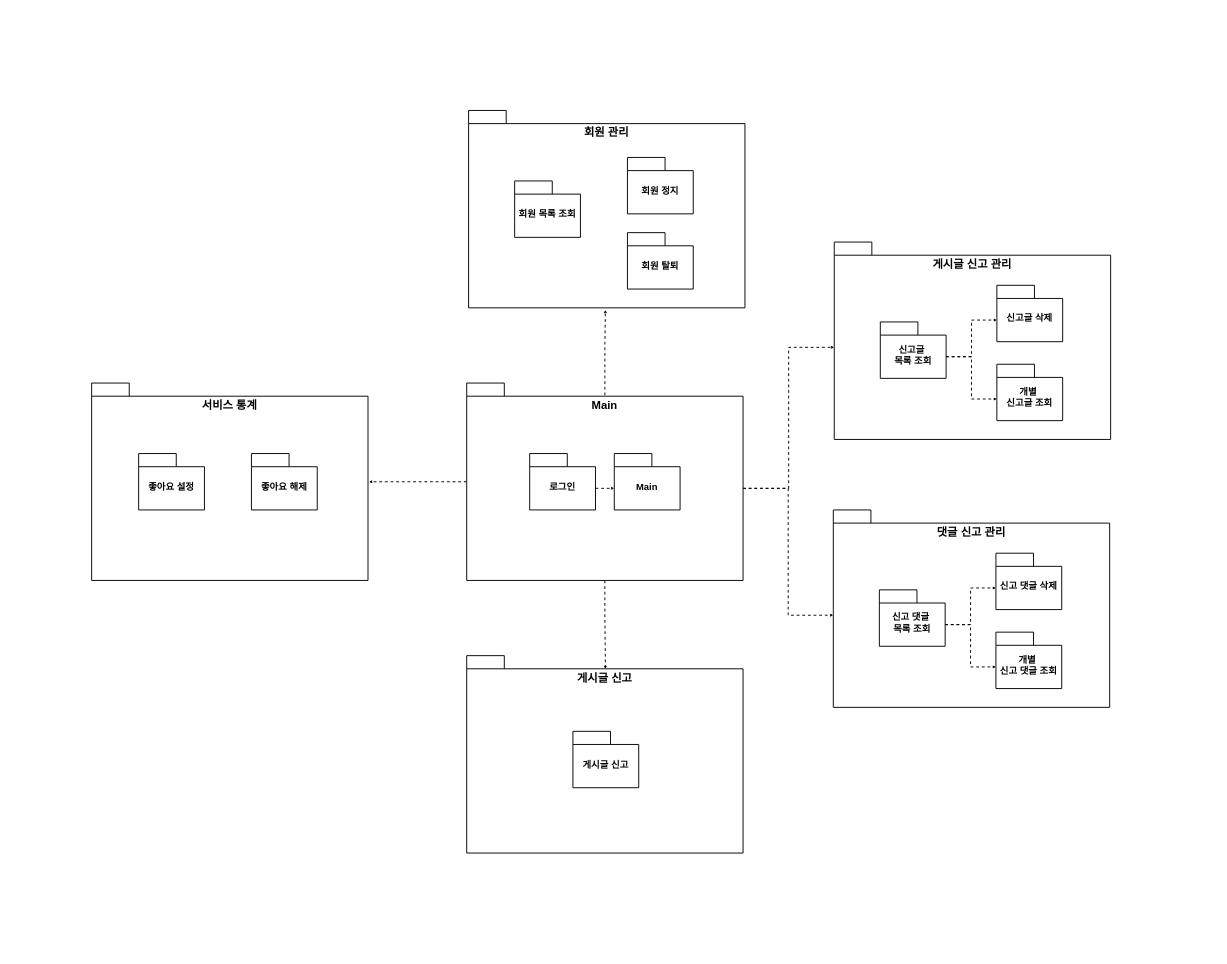
Above: sloweat_package_structure(admin).drawio in his8457/diagram (draw.io), before the change. Source tidied: cells renumbered, new cells numbered last; positions are measured from the earlier drawing's top-left corner, leaving out a move shared by most shapes. Both pictures are drawn from the tidied source at 94%, with x=0, y=0 at pixel (91, 110).
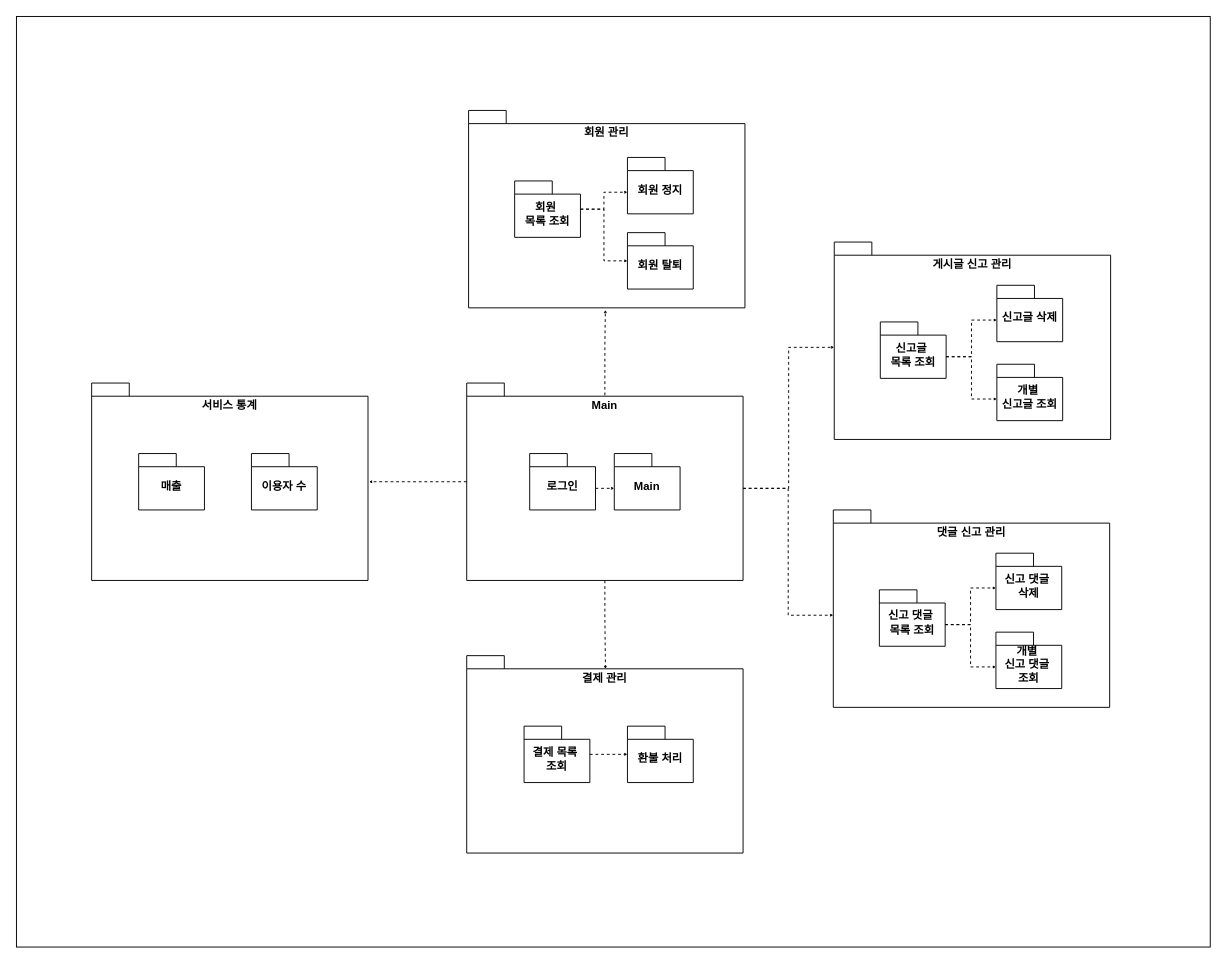
The same page after the edit.

What changed in the source:
```diff
@@
+    <mxCell id="32" style="rounded=0;whiteSpace=wrap;html=1;fillColor=light-dark(#FFFFFF,#FFFFFF);" parent="1" vertex="1">
+      <mxGeometry x="-80" y="-100" width="1270" height="990" as="geometry" />
+    </mxCell>
-    <mxCell id="2" value="게시글 신고 관리" style="shape=folder;fontStyle=1;spacingTop=10;tabWidth=40;tabHeight=14;tabPosition=left;html=1;whiteSpace=wrap;verticalAlign=top;" parent="1" vertex="1">
+    <mxCell id="2" value="게시글 신고 관리" style="shape=folder;fontStyle=1;spacingTop=10;tabWidth=40;tabHeight=14;tabPosition=left;html=1;whiteSpace=wrap;verticalAlign=top;strokeColor=light-dark(#000000,#000000);align=center;fontFamily=Helvetica;fontSize=12;fontColor=light-dark(#000000,#000000);fillColor=none;" parent="1" vertex="1">
       <mxGeometry x="790" y="140" width="294" height="210" as="geometry" />
     </mxCell>
-    <mxCell id="3" value="신고글&amp;nbsp;&lt;div&gt;목록 조회&lt;/div&gt;" style="shape=folder;fontStyle=1;spacingTop=10;tabWidth=40;tabHeight=14;tabPosition=left;html=1;whiteSpace=wrap;verticalAlign=middle;fontSize=10;" parent="1" vertex="1">
+    <mxCell id="3" value="신고글&amp;nbsp;&lt;div&gt;목록 조회&lt;/div&gt;" style="shape=folder;fontStyle=1;spacingTop=10;tabWidth=40;tabHeight=14;tabPosition=left;html=1;whiteSpace=wrap;verticalAlign=middle;fontSize=12;strokeColor=light-dark(#000000,#000000);align=center;fontFamily=Helvetica;fontColor=light-dark(#000000,#000000);fillColor=none;" parent="1" vertex="1">
       <mxGeometry x="839" y="225" width="70" height="60" as="geometry" />
     </mxCell>
-    <mxCell id="4" value="신고글 삭제" style="shape=folder;fontStyle=1;spacingTop=10;tabWidth=40;tabHeight=14;tabPosition=left;html=1;whiteSpace=wrap;verticalAlign=middle;fontSize=10;" parent="1" vertex="1">
+    <mxCell id="4" value="신고글 삭제" style="shape=folder;fontStyle=1;spacingTop=10;tabWidth=40;tabHeight=14;tabPosition=left;html=1;whiteSpace=wrap;verticalAlign=middle;fontSize=12;strokeColor=light-dark(#000000,#000000);align=center;fontFamily=Helvetica;fontColor=light-dark(#000000,#000000);fillColor=none;" parent="1" vertex="1">
       <mxGeometry x="963" y="186" width="70" height="60" as="geometry" />
     </mxCell>
-    <mxCell id="5" value="개별&amp;nbsp;&lt;div&gt;신고글&amp;nbsp;&lt;span style=&quot;background-color: transparent; color: light-dark(rgb(0, 0, 0), rgb(255, 255, 255));&quot;&gt;조회&lt;/span&gt;&lt;/div&gt;" style="shape=folder;fontStyle=1;spacingTop=10;tabWidth=40;tabHeight=14;tabPosition=left;html=1;whiteSpace=wrap;verticalAlign=middle;fontSize=10;" parent="1" vertex="1">
+    <mxCell id="5" value="&lt;font style=&quot;color: light-dark(rgb(0, 0, 0), rgb(0, 0, 0));&quot;&gt;개별&amp;nbsp;&lt;/font&gt;&lt;div&gt;&lt;font style=&quot;color: light-dark(rgb(0, 0, 0), rgb(0, 0, 0));&quot;&gt;신고글&amp;nbsp;&lt;span style=&quot;background-color: transparent;&quot;&gt;조회&lt;/span&gt;&lt;/font&gt;&lt;/div&gt;" style="shape=folder;fontStyle=1;spacingTop=10;tabWidth=40;tabHeight=14;tabPosition=left;html=1;whiteSpace=wrap;verticalAlign=middle;fontSize=12;strokeColor=light-dark(#000000,#000000);align=center;fontFamily=Helvetica;fontColor=light-dark(#000000,#000000);fillColor=none;" parent="1" vertex="1">
       <mxGeometry x="963" y="270" width="70" height="60" as="geometry" />
     </mxCell>
-    <mxCell id="6" style="edgeStyle=orthogonalEdgeStyle;rounded=0;jettySize=auto;html=1;exitX=0;exitY=0;exitDx=70;exitDy=37;exitPerimeter=0;entryX=0;entryY=0;entryDx=0;entryDy=37;entryPerimeter=0;dashed=1;startSize=1;endSize=1;" parent="1" edge="1" source="3" target="4">
+    <mxCell id="6" style="edgeStyle=orthogonalEdgeStyle;rounded=0;jettySize=auto;html=1;exitX=0;exitY=0;exitDx=70;exitDy=37;exitPerimeter=0;entryX=0;entryY=0;entryDx=0;entryDy=37;entryPerimeter=0;dashed=1;startSize=1;endSize=1;strokeColor=light-dark(#000000,#000000);" parent="1" edge="1" source="3" target="4">
       <mxGeometry relative="1" as="geometry" />
     </mxCell>
-    <mxCell id="7" style="edgeStyle=orthogonalEdgeStyle;rounded=0;jettySize=auto;html=1;exitX=0;exitY=0;exitDx=70;exitDy=37;exitPerimeter=0;entryX=0;entryY=0;entryDx=0;entryDy=37;entryPerimeter=0;dashed=1;startSize=1;endSize=1;" parent="1" edge="1" source="3" target="5">
+    <mxCell id="7" style="edgeStyle=orthogonalEdgeStyle;rounded=0;jettySize=auto;html=1;exitX=0;exitY=0;exitDx=70;exitDy=37;exitPerimeter=0;entryX=0;entryY=0;entryDx=0;entryDy=37;entryPerimeter=0;dashed=1;startSize=1;endSize=1;strokeColor=light-dark(#000000,#000000);" parent="1" edge="1" source="3" target="5">
       <mxGeometry relative="1" as="geometry" />
     </mxCell>
-    <mxCell id="8" style="edgeStyle=orthogonalEdgeStyle;rounded=0;jettySize=auto;html=1;exitX=0.5;exitY=1;exitDx=0;exitDy=0;exitPerimeter=0;entryX=0.502;entryY=0.068;entryDx=0;entryDy=0;entryPerimeter=0;dashed=1;strokeColor=default;align=center;verticalAlign=middle;fontFamily=Helvetica;fontSize=11;fontColor=default;labelBackgroundColor=default;startSize=1;endArrow=classic;endSize=1;" parent="1" edge="1" source="9" target="15">
+    <mxCell id="8" style="edgeStyle=orthogonalEdgeStyle;rounded=0;jettySize=auto;html=1;exitX=0.5;exitY=1;exitDx=0;exitDy=0;exitPerimeter=0;entryX=0.502;entryY=0.068;entryDx=0;entryDy=0;entryPerimeter=0;dashed=1;strokeColor=light-dark(#000000,#000000);align=center;verticalAlign=middle;fontFamily=Helvetica;fontSize=11;fontColor=default;labelBackgroundColor=default;startSize=1;endArrow=classic;endSize=1;" parent="1" edge="1" source="9" target="15">
       <mxGeometry relative="1" as="geometry" />
     </mxCell>
-    <mxCell id="9" value="Main" style="shape=folder;fontStyle=1;spacingTop=10;tabWidth=40;tabHeight=14;tabPosition=left;html=1;whiteSpace=wrap;verticalAlign=top;" parent="1" vertex="1">
+    <mxCell id="9" value="Main" style="shape=folder;fontStyle=1;spacingTop=10;tabWidth=40;tabHeight=14;tabPosition=left;html=1;whiteSpace=wrap;verticalAlign=top;strokeColor=light-dark(#000000,#000000);align=center;fontFamily=Helvetica;fontSize=12;fontColor=light-dark(#000000,#000000);fillColor=none;" parent="1" vertex="1">
       <mxGeometry x="399" y="290" width="294" height="210" as="geometry" />
     </mxCell>
-    <mxCell id="10" value="로그인" style="shape=folder;fontStyle=1;spacingTop=10;tabWidth=40;tabHeight=14;tabPosition=left;html=1;whiteSpace=wrap;verticalAlign=middle;fontSize=10;" parent="1" vertex="1">
+    <mxCell id="10" value="로그인" style="shape=folder;fontStyle=1;spacingTop=10;tabWidth=40;tabHeight=14;tabPosition=left;html=1;whiteSpace=wrap;verticalAlign=middle;fontSize=12;strokeColor=light-dark(#000000,#000000);align=center;fontFamily=Helvetica;fontColor=light-dark(#000000,#000000);fillColor=none;" parent="1" vertex="1">
       <mxGeometry x="466" y="365" width="70" height="60" as="geometry" />
     </mxCell>
-    <mxCell id="11" value="Main" style="shape=folder;fontStyle=1;spacingTop=10;tabWidth=40;tabHeight=14;tabPosition=left;html=1;whiteSpace=wrap;verticalAlign=middle;fontSize=10;" parent="1" vertex="1">
+    <mxCell id="11" value="Main" style="shape=folder;fontStyle=1;spacingTop=10;tabWidth=40;tabHeight=14;tabPosition=left;html=1;whiteSpace=wrap;verticalAlign=middle;fontSize=12;strokeColor=light-dark(#000000,#000000);align=center;fontFamily=Helvetica;fontColor=light-dark(#000000,#000000);fillColor=none;" parent="1" vertex="1">
       <mxGeometry x="556" y="365" width="70" height="60" as="geometry" />
     </mxCell>
-    <mxCell id="12" style="edgeStyle=orthogonalEdgeStyle;rounded=0;jettySize=auto;html=1;exitX=0;exitY=0;exitDx=70;exitDy=37;exitPerimeter=0;entryX=0;entryY=0;entryDx=0;entryDy=37;entryPerimeter=0;dashed=1;startSize=1;endSize=1;" parent="1" edge="1" source="10" target="11">
+    <mxCell id="12" style="edgeStyle=orthogonalEdgeStyle;rounded=0;jettySize=auto;html=1;exitX=0;exitY=0;exitDx=70;exitDy=37;exitPerimeter=0;entryX=0;entryY=0;entryDx=0;entryDy=37;entryPerimeter=0;dashed=1;startSize=1;endSize=1;strokeColor=light-dark(#000000,#000000);" parent="1" edge="1" source="10" target="11">
       <mxGeometry relative="1" as="geometry" />
     </mxCell>
-    <mxCell id="13" value="회원 관리" style="shape=folder;fontStyle=1;spacingTop=10;tabWidth=40;tabHeight=14;tabPosition=left;html=1;whiteSpace=wrap;verticalAlign=top;" parent="1" vertex="1">
+    <mxCell id="13" value="회원 관리" style="shape=folder;fontStyle=1;spacingTop=10;tabWidth=40;tabHeight=14;tabPosition=left;html=1;whiteSpace=wrap;verticalAlign=top;strokeColor=light-dark(#000000,#000000);fillColor=none;fontColor=light-dark(#000000,#000000);" parent="1" vertex="1">
       <mxGeometry x="401" width="294" height="210" as="geometry" />
     </mxCell>
+    <mxCell id="33" style="edgeStyle=orthogonalEdgeStyle;shape=connector;rounded=0;jettySize=auto;html=1;dashed=1;strokeColor=light-dark(#000000,#000000);align=center;verticalAlign=middle;fontFamily=Helvetica;fontSize=11;fontColor=default;labelBackgroundColor=default;startSize=1;endArrow=classic;endSize=1;" parent="1" edge="1" source="14" target="21">
+      <mxGeometry relative="1" as="geometry" />
+    </mxCell>
-    <mxCell id="14" value="회원 목록 조회" style="shape=folder;fontStyle=1;spacingTop=10;tabWidth=40;tabHeight=14;tabPosition=left;html=1;whiteSpace=wrap;verticalAlign=middle;fontSize=10;" parent="1" vertex="1">
+    <mxCell id="14" value="회원&amp;nbsp;&lt;div&gt;목록 조회&lt;/div&gt;" style="shape=folder;fontStyle=1;spacingTop=10;tabWidth=40;tabHeight=14;tabPosition=left;html=1;whiteSpace=wrap;verticalAlign=middle;fontSize=12;strokeColor=light-dark(#000000,#000000);align=center;fontFamily=Helvetica;fontColor=light-dark(#000000,#000000);fillColor=none;" parent="1" vertex="1">
       <mxGeometry x="450" y="75" width="70" height="60" as="geometry" />
     </mxCell>
-    <mxCell id="15" value="게시글 신고" style="shape=folder;fontStyle=1;spacingTop=10;tabWidth=40;tabHeight=14;tabPosition=left;html=1;whiteSpace=wrap;verticalAlign=top;" parent="1" vertex="1">
+    <mxCell id="15" value="결제 관리" style="shape=folder;fontStyle=1;spacingTop=10;tabWidth=40;tabHeight=14;tabPosition=left;html=1;whiteSpace=wrap;verticalAlign=top;strokeColor=light-dark(#000000,#000000);align=center;fontFamily=Helvetica;fontSize=12;fontColor=light-dark(#000000,#000000);fillColor=none;" parent="1" vertex="1">
       <mxGeometry x="399" y="580" width="294" height="210" as="geometry" />
     </mxCell>
+    <mxCell id="34" style="edgeStyle=orthogonalEdgeStyle;shape=connector;rounded=0;jettySize=auto;html=1;dashed=1;strokeColor=light-dark(#000000,#000000);align=center;verticalAlign=middle;fontFamily=Helvetica;fontSize=11;fontColor=default;labelBackgroundColor=default;startSize=1;endArrow=classic;endSize=1;" parent="1" edge="1" source="16" target="36">
+      <mxGeometry relative="1" as="geometry" />
+    </mxCell>
-    <mxCell id="16" value="게시글 신고" style="shape=folder;fontStyle=1;spacingTop=10;tabWidth=40;tabHeight=14;tabPosition=left;html=1;whiteSpace=wrap;verticalAlign=middle;fontSize=10;" parent="1" vertex="1">
-      <mxGeometry x="512" y="660.5" width="70" height="60" as="geometry" />
+    <mxCell id="16" value="결제 목록&amp;nbsp;&lt;div&gt;조회&lt;/div&gt;" style="shape=folder;fontStyle=1;spacingTop=10;tabWidth=40;tabHeight=14;tabPosition=left;html=1;whiteSpace=wrap;verticalAlign=middle;fontSize=12;strokeColor=light-dark(#000000,#000000);align=center;fontFamily=Helvetica;fontColor=light-dark(#000000,#000000);fillColor=none;" parent="1" vertex="1">
+      <mxGeometry x="460" y="655" width="70" height="60" as="geometry" />
     </mxCell>
-    <mxCell id="17" value="서비스 통계" style="shape=folder;fontStyle=1;spacingTop=10;tabWidth=40;tabHeight=14;tabPosition=left;html=1;whiteSpace=wrap;verticalAlign=top;" parent="1" vertex="1">
+    <mxCell id="17" value="서비스 통계" style="shape=folder;fontStyle=1;spacingTop=10;tabWidth=40;tabHeight=14;tabPosition=left;html=1;whiteSpace=wrap;verticalAlign=top;strokeColor=light-dark(#000000,#000000);align=center;fontFamily=Helvetica;fontSize=12;fontColor=light-dark(#000000,#000000);fillColor=none;" parent="1" vertex="1">
       <mxGeometry y="290" width="294" height="210" as="geometry" />
     </mxCell>
-    <mxCell id="18" value="좋아요 설정" style="shape=folder;fontStyle=1;spacingTop=10;tabWidth=40;tabHeight=14;tabPosition=left;html=1;whiteSpace=wrap;verticalAlign=middle;fontSize=10;" parent="1" vertex="1">
+    <mxCell id="18" value="매출" style="shape=folder;fontStyle=1;spacingTop=10;tabWidth=40;tabHeight=14;tabPosition=left;html=1;whiteSpace=wrap;verticalAlign=middle;fontSize=12;strokeColor=light-dark(#000000,#000000);align=center;fontFamily=Helvetica;fontColor=light-dark(#000000,#000000);fillColor=none;" parent="1" vertex="1">
       <mxGeometry x="50" y="365" width="70" height="60" as="geometry" />
     </mxCell>
-    <mxCell id="19" value="좋아요 해제" style="shape=folder;fontStyle=1;spacingTop=10;tabWidth=40;tabHeight=14;tabPosition=left;html=1;whiteSpace=wrap;verticalAlign=middle;fontSize=10;" parent="1" vertex="1">
+    <mxCell id="19" value="이용자 수" style="shape=folder;fontStyle=1;spacingTop=10;tabWidth=40;tabHeight=14;tabPosition=left;html=1;whiteSpace=wrap;verticalAlign=middle;fontSize=12;strokeColor=light-dark(#000000,#000000);align=center;fontFamily=Helvetica;fontColor=light-dark(#000000,#000000);fillColor=none;" parent="1" vertex="1">
       <mxGeometry x="170" y="365" width="70" height="60" as="geometry" />
     </mxCell>
-    <mxCell id="20" value="회원 정지" style="shape=folder;fontStyle=1;spacingTop=10;tabWidth=40;tabHeight=14;tabPosition=left;html=1;whiteSpace=wrap;verticalAlign=middle;fontSize=10;" parent="1" vertex="1">
+    <mxCell id="20" value="회원 정지" style="shape=folder;fontStyle=1;spacingTop=10;tabWidth=40;tabHeight=14;tabPosition=left;html=1;whiteSpace=wrap;verticalAlign=middle;fontSize=12;strokeColor=light-dark(#000000,#000000);align=center;fontFamily=Helvetica;fontColor=light-dark(#000000,#000000);fillColor=none;" parent="1" vertex="1">
       <mxGeometry x="570" y="50" width="70" height="60" as="geometry" />
     </mxCell>
-    <mxCell id="21" value="회원 탈퇴" style="shape=folder;fontStyle=1;spacingTop=10;tabWidth=40;tabHeight=14;tabPosition=left;html=1;whiteSpace=wrap;verticalAlign=middle;fontSize=10;" parent="1" vertex="1">
+    <mxCell id="21" value="회원 탈퇴" style="shape=folder;fontStyle=1;spacingTop=10;tabWidth=40;tabHeight=14;tabPosition=left;html=1;whiteSpace=wrap;verticalAlign=middle;fontSize=12;strokeColor=light-dark(#000000,#000000);align=center;fontFamily=Helvetica;fontColor=light-dark(#000000,#000000);fillColor=none;" parent="1" vertex="1">
       <mxGeometry x="570" y="130" width="70" height="60" as="geometry" />
     </mxCell>
-    <mxCell id="22" value="댓글 신고 관리" style="shape=folder;fontStyle=1;spacingTop=10;tabWidth=40;tabHeight=14;tabPosition=left;html=1;whiteSpace=wrap;verticalAlign=top;" parent="1" vertex="1">
+    <mxCell id="22" value="댓글 신고 관리" style="shape=folder;fontStyle=1;spacingTop=10;tabWidth=40;tabHeight=14;tabPosition=left;html=1;whiteSpace=wrap;verticalAlign=top;strokeColor=light-dark(#000000,#000000);align=center;fontFamily=Helvetica;fontSize=12;fontColor=light-dark(#000000,#000000);fillColor=none;" parent="1" vertex="1">
       <mxGeometry x="789" y="425" width="294" height="210" as="geometry" />
     </mxCell>
-    <mxCell id="23" value="신고 댓글&amp;nbsp;&lt;div&gt;목록 조회&lt;/div&gt;" style="shape=folder;fontStyle=1;spacingTop=10;tabWidth=40;tabHeight=14;tabPosition=left;html=1;whiteSpace=wrap;verticalAlign=middle;fontSize=10;" parent="1" vertex="1">
+    <mxCell id="23" value="신고 댓글&amp;nbsp;&lt;div&gt;목록 조회&lt;/div&gt;" style="shape=folder;fontStyle=1;spacingTop=10;tabWidth=40;tabHeight=14;tabPosition=left;html=1;whiteSpace=wrap;verticalAlign=middle;fontSize=12;strokeColor=light-dark(#000000,#000000);align=center;fontFamily=Helvetica;fontColor=light-dark(#000000,#000000);fillColor=none;" parent="1" vertex="1">
       <mxGeometry x="838" y="510" width="70" height="60" as="geometry" />
     </mxCell>
-    <mxCell id="24" value="신고 댓글 삭제" style="shape=folder;fontStyle=1;spacingTop=10;tabWidth=40;tabHeight=14;tabPosition=left;html=1;whiteSpace=wrap;verticalAlign=middle;fontSize=10;" parent="1" vertex="1">
+    <mxCell id="24" value="신고 댓글&amp;nbsp;&lt;div&gt;삭제&lt;/div&gt;" style="shape=folder;fontStyle=1;spacingTop=10;tabWidth=40;tabHeight=14;tabPosition=left;html=1;whiteSpace=wrap;verticalAlign=middle;fontSize=12;strokeColor=light-dark(#000000,#000000);align=center;fontFamily=Helvetica;fontColor=light-dark(#000000,#000000);fillColor=none;" parent="1" vertex="1">
       <mxGeometry x="962" y="471" width="70" height="60" as="geometry" />
     </mxCell>
-    <mxCell id="25" value="개별&amp;nbsp;&lt;div&gt;신고 댓글&amp;nbsp;&lt;span style=&quot;background-color: transparent; color: light-dark(rgb(0, 0, 0), rgb(255, 255, 255));&quot;&gt;조회&lt;/span&gt;&lt;/div&gt;" style="shape=folder;fontStyle=1;spacingTop=10;tabWidth=40;tabHeight=14;tabPosition=left;html=1;whiteSpace=wrap;verticalAlign=middle;fontSize=10;" parent="1" vertex="1">
+    <mxCell id="25" value="개별&amp;nbsp;&lt;div&gt;신고 댓글&amp;nbsp;&lt;/div&gt;&lt;div&gt;&lt;span style=&quot;background-color: transparent;&quot;&gt;조회&lt;/span&gt;&lt;/div&gt;" style="shape=folder;fontStyle=1;spacingTop=10;tabWidth=40;tabHeight=14;tabPosition=left;html=1;whiteSpace=wrap;verticalAlign=middle;fontSize=12;strokeColor=light-dark(#000000,#000000);align=center;fontFamily=Helvetica;fontColor=light-dark(#000000,#000000);fillColor=none;" parent="1" vertex="1">
       <mxGeometry x="962" y="555" width="70" height="60" as="geometry" />
     </mxCell>
-    <mxCell id="26" style="edgeStyle=orthogonalEdgeStyle;rounded=0;jettySize=auto;html=1;exitX=0;exitY=0;exitDx=70;exitDy=37;exitPerimeter=0;entryX=0;entryY=0;entryDx=0;entryDy=37;entryPerimeter=0;dashed=1;startSize=1;endSize=1;" parent="1" edge="1" source="23" target="24">
+    <mxCell id="26" style="edgeStyle=orthogonalEdgeStyle;rounded=0;jettySize=auto;html=1;exitX=0;exitY=0;exitDx=70;exitDy=37;exitPerimeter=0;entryX=0;entryY=0;entryDx=0;entryDy=37;entryPerimeter=0;dashed=1;startSize=1;endSize=1;strokeColor=light-dark(#000000,#000000);" parent="1" edge="1" source="23" target="24">
       <mxGeometry relative="1" as="geometry" />
     </mxCell>
-    <mxCell id="27" style="edgeStyle=orthogonalEdgeStyle;rounded=0;jettySize=auto;html=1;exitX=0;exitY=0;exitDx=70;exitDy=37;exitPerimeter=0;entryX=0;entryY=0;entryDx=0;entryDy=37;entryPerimeter=0;dashed=1;startSize=1;endSize=1;" parent="1" edge="1" source="23" target="25">
+    <mxCell id="27" style="edgeStyle=orthogonalEdgeStyle;rounded=0;jettySize=auto;html=1;exitX=0;exitY=0;exitDx=70;exitDy=37;exitPerimeter=0;entryX=0;entryY=0;entryDx=0;entryDy=37;entryPerimeter=0;dashed=1;startSize=1;endSize=1;strokeColor=light-dark(#000000,#000000);" parent="1" edge="1" source="23" target="25">
       <mxGeometry relative="1" as="geometry" />
     </mxCell>
-    <mxCell id="28" style="edgeStyle=orthogonalEdgeStyle;rounded=0;jettySize=auto;html=1;dashed=1;strokeColor=default;align=center;verticalAlign=middle;fontFamily=Helvetica;fontSize=11;fontColor=default;labelBackgroundColor=default;startSize=1;endArrow=classic;endSize=1;exitX=0.5;exitY=0.062;exitDx=0;exitDy=0;exitPerimeter=0;entryX=0.495;entryY=1.01;entryDx=0;entryDy=0;entryPerimeter=0;" parent="1" edge="1" source="9" target="13">
+    <mxCell id="28" style="edgeStyle=orthogonalEdgeStyle;rounded=0;jettySize=auto;html=1;dashed=1;strokeColor=light-dark(#000000,#000000);align=center;verticalAlign=middle;fontFamily=Helvetica;fontSize=11;fontColor=default;labelBackgroundColor=default;startSize=1;endArrow=classic;endSize=1;exitX=0.5;exitY=0.062;exitDx=0;exitDy=0;exitPerimeter=0;entryX=0.495;entryY=1.01;entryDx=0;entryDy=0;entryPerimeter=0;" parent="1" edge="1" source="9" target="13">
       <mxGeometry relative="1" as="geometry" />
     </mxCell>
-    <mxCell id="29" style="edgeStyle=orthogonalEdgeStyle;rounded=0;jettySize=auto;html=1;dashed=1;strokeColor=default;align=center;verticalAlign=middle;fontFamily=Helvetica;fontSize=11;fontColor=default;labelBackgroundColor=default;startSize=1;endArrow=classic;endSize=1;" parent="1" edge="1" source="9">
+    <mxCell id="29" style="edgeStyle=orthogonalEdgeStyle;rounded=0;jettySize=auto;html=1;dashed=1;strokeColor=light-dark(#000000,#000000);align=center;verticalAlign=middle;fontFamily=Helvetica;fontSize=11;fontColor=default;labelBackgroundColor=default;startSize=1;endArrow=classic;endSize=1;" parent="1" edge="1" source="9">
       <mxGeometry relative="1" as="geometry">
         <mxPoint x="295" y="395" as="targetPoint" />
       </mxGeometry>
     </mxCell>
-    <mxCell id="30" style="edgeStyle=orthogonalEdgeStyle;rounded=0;jettySize=auto;html=1;exitX=0;exitY=0;exitDx=294;exitDy=112;exitPerimeter=0;entryX=0;entryY=0;entryDx=0;entryDy=112;entryPerimeter=0;dashed=1;strokeColor=default;align=center;verticalAlign=middle;fontFamily=Helvetica;fontSize=11;fontColor=default;labelBackgroundColor=default;startSize=1;endArrow=classic;endSize=1;" parent="1" edge="1" source="9" target="2">
+    <mxCell id="30" style="edgeStyle=orthogonalEdgeStyle;rounded=0;jettySize=auto;html=1;exitX=0;exitY=0;exitDx=294;exitDy=112;exitPerimeter=0;entryX=0;entryY=0;entryDx=0;entryDy=112;entryPerimeter=0;dashed=1;strokeColor=light-dark(#000000,#000000);align=center;verticalAlign=middle;fontFamily=Helvetica;fontSize=11;fontColor=default;labelBackgroundColor=default;startSize=1;endArrow=classic;endSize=1;" parent="1" edge="1" source="9" target="2">
       <mxGeometry relative="1" as="geometry" />
     </mxCell>
-    <mxCell id="31" style="edgeStyle=orthogonalEdgeStyle;rounded=0;jettySize=auto;html=1;entryX=0;entryY=0;entryDx=0;entryDy=112;entryPerimeter=0;dashed=1;strokeColor=default;align=center;verticalAlign=middle;fontFamily=Helvetica;fontSize=11;fontColor=default;labelBackgroundColor=default;startSize=1;endArrow=classic;endSize=1;" parent="1" edge="1" source="9" target="22">
+    <mxCell id="31" style="edgeStyle=orthogonalEdgeStyle;rounded=0;jettySize=auto;html=1;entryX=0;entryY=0;entryDx=0;entryDy=112;entryPerimeter=0;dashed=1;strokeColor=light-dark(#000000,#000000);align=center;verticalAlign=middle;fontFamily=Helvetica;fontSize=11;fontColor=default;labelBackgroundColor=default;startSize=1;endArrow=classic;endSize=1;" parent="1" edge="1" source="9" target="22">
       <mxGeometry relative="1" as="geometry">
         <Array as="points">
           <mxPoint x="741" y="402" />
           <mxPoint x="741" y="537" />
         </Array>
       </mxGeometry>
     </mxCell>
+    <mxCell id="35" style="edgeStyle=orthogonalEdgeStyle;shape=connector;rounded=0;jettySize=auto;html=1;entryX=0;entryY=0;entryDx=0;entryDy=37;entryPerimeter=0;dashed=1;strokeColor=light-dark(#000000,#000000);align=center;verticalAlign=middle;fontFamily=Helvetica;fontSize=11;fontColor=default;labelBackgroundColor=default;startSize=1;endArrow=classic;endSize=1;" parent="1" edge="1" source="14" target="20">
+      <mxGeometry relative="1" as="geometry" />
+    </mxCell>
+    <mxCell id="36" value="환불 처리" style="shape=folder;fontStyle=1;spacingTop=10;tabWidth=40;tabHeight=14;tabPosition=left;html=1;whiteSpace=wrap;verticalAlign=middle;fontSize=12;strokeColor=light-dark(#000000,#000000);align=center;fontFamily=Helvetica;fontColor=light-dark(#000000,#000000);fillColor=none;" parent="1" vertex="1">
+      <mxGeometry x="570" y="655" width="70" height="60" as="geometry" />
+    </mxCell>
```
